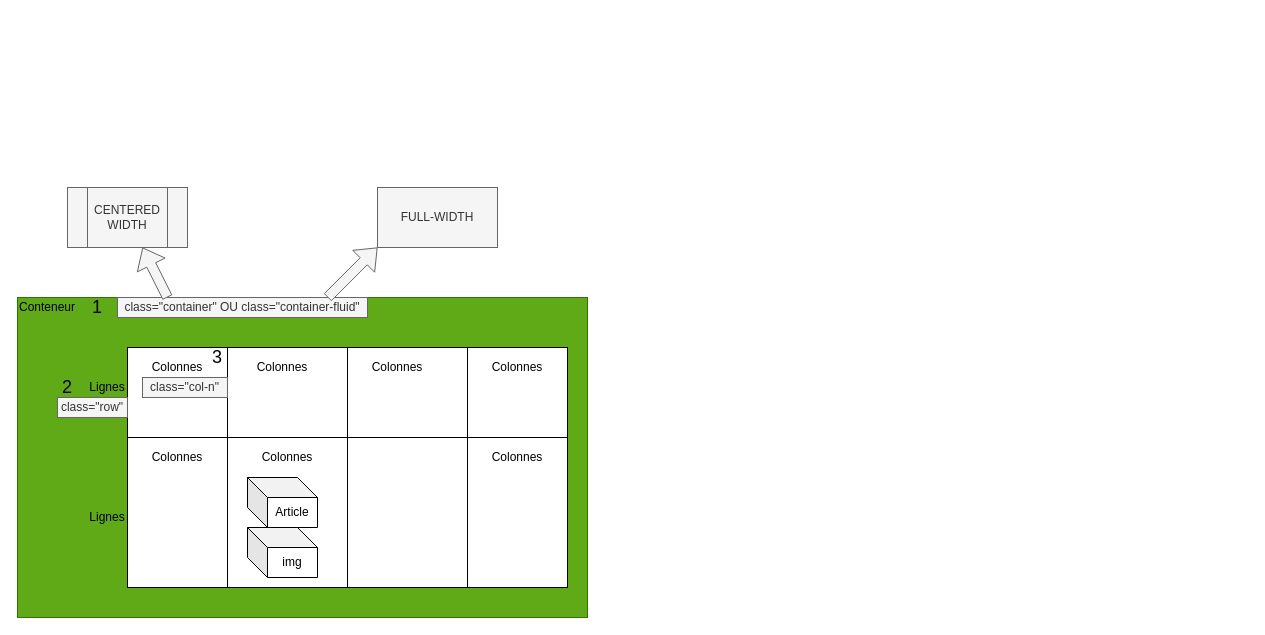
Before: page "Théorie de la grille bootstrap" (1 of 2) of DiagrammeBootstrap.drawio in ThomasBDC/ProjetBootstrapStudi2022, a draw.io diagram. Source tidied: cells renumbered, new cells numbered last; positions are measured from the earlier drawing's top-left corner, leaving out a move shared by most shapes. Both pictures are drawn from the tidied source at 100%, with x=0, y=0 at pixel (17, 187).
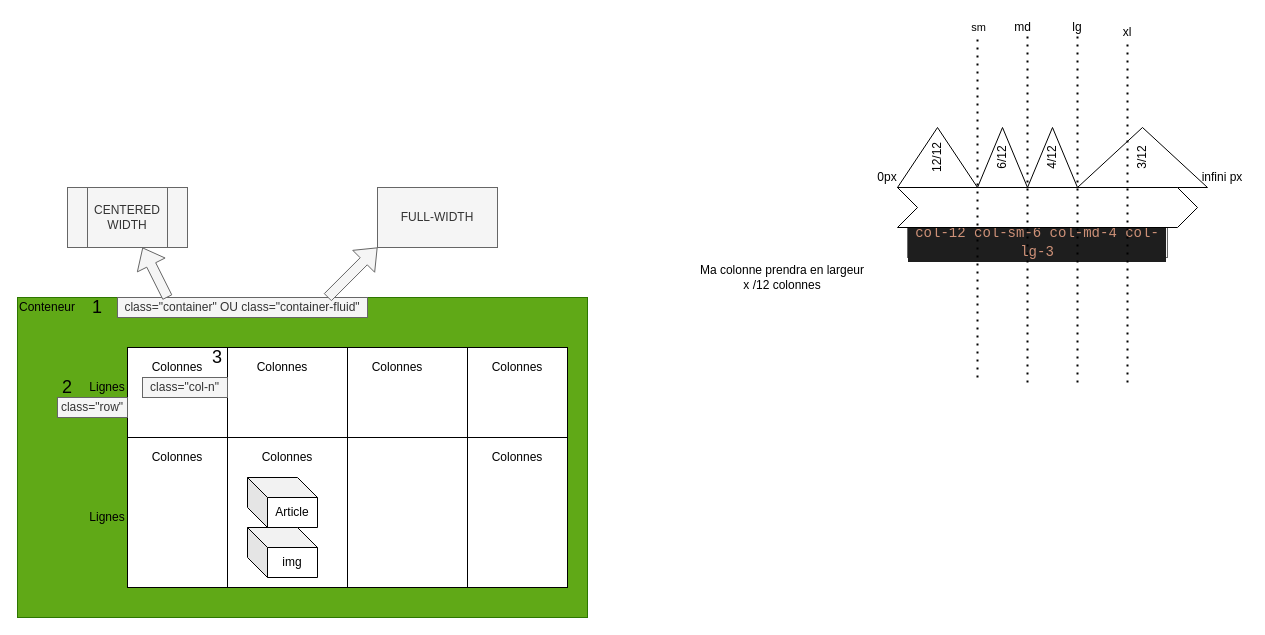
After the change.

The edit, as a diff of the source:
```diff
@@
+    <mxCell id="28" value="&#10;&#10;&lt;div style=&quot;color: rgb(212, 212, 212); background-color: rgb(30, 30, 30); font-family: consolas, &amp;quot;courier new&amp;quot;, monospace; font-weight: normal; font-size: 14px; line-height: 19px;&quot;&gt;&lt;div&gt;&lt;span style=&quot;color: #ce9178&quot;&gt;col-12 col-sm-6 col-md-4 col-lg-3&lt;/span&gt;&lt;/div&gt;&lt;/div&gt;&#10;&#10;" style="rounded=0;whiteSpace=wrap;html=1;fillColor=#f5f5f5;strokeColor=#666666;fontColor=#333333;" parent="1" vertex="1">
+      <mxGeometry x="890" y="40" width="260" height="30" as="geometry" />
+    </mxCell>
+    <mxCell id="29" value="6/12" style="triangle;whiteSpace=wrap;html=1;rotation=-90;" parent="1" vertex="1">
+      <mxGeometry x="955" y="-55" width="60" height="50" as="geometry" />
+    </mxCell>
+    <mxCell id="30" value="4/12" style="triangle;whiteSpace=wrap;html=1;rotation=-90;" parent="1" vertex="1">
+      <mxGeometry x="1005" y="-55" width="60" height="50" as="geometry" />
+    </mxCell>
+    <mxCell id="31" value="3/12" style="triangle;whiteSpace=wrap;html=1;rotation=-90;" parent="1" vertex="1">
+      <mxGeometry x="1095" y="-95" width="60" height="130" as="geometry" />
+    </mxCell>
+    <mxCell id="32" value="12/12" style="triangle;whiteSpace=wrap;html=1;rotation=-90;" parent="1" vertex="1">
+      <mxGeometry x="890" y="-70" width="60" height="80" as="geometry" />
+    </mxCell>
+    <mxCell id="33" value="Ma colonne prendra en largeur x /12 colonnes" style="text;html=1;strokeColor=none;fillColor=none;align=center;verticalAlign=middle;whiteSpace=wrap;rounded=0;" parent="1" vertex="1">
+      <mxGeometry x="680" y="80" width="170" height="20" as="geometry" />
+    </mxCell>
+    <mxCell id="34" style="shape=step;perimeter=stepPerimeter;whiteSpace=wrap;html=1;fixedSize=1;" parent="1" vertex="1">
+      <mxGeometry x="880" width="300" height="40" as="geometry" />
+    </mxCell>
+    <mxCell id="35" value="0px" style="text;html=1;strokeColor=none;fillColor=none;align=center;verticalAlign=middle;whiteSpace=wrap;rounded=0;" parent="1" vertex="1">
+      <mxGeometry x="850" y="-20" width="40" height="20" as="geometry" />
+    </mxCell>
+    <mxCell id="36" value="infini px" style="text;html=1;strokeColor=none;fillColor=none;align=center;verticalAlign=middle;whiteSpace=wrap;rounded=0;" parent="1" vertex="1">
+      <mxGeometry x="1180" y="-20" width="50" height="20" as="geometry" />
+    </mxCell>
+    <mxCell id="37" style="endArrow=none;dashed=1;html=1;dashPattern=1 3;strokeWidth=2;" parent="1" edge="1">
+      <mxGeometry relative="1" as="geometry">
+        <mxPoint x="960" y="190" as="sourcePoint" />
+        <mxPoint x="960" y="-160" as="targetPoint" />
+      </mxGeometry>
+    </mxCell>
+    <mxCell id="38" value="sm" style="edgeLabel;html=1;align=center;verticalAlign=middle;" parent="37" vertex="1">
+      <mxGeometry x="0.92" relative="1" as="geometry">
+        <mxPoint y="-14.2" as="offset" />
+      </mxGeometry>
+    </mxCell>
+    <mxCell id="39" style="endArrow=none;dashed=1;html=1;dashPattern=1 3;strokeWidth=2;" parent="1" edge="1">
+      <mxGeometry relative="1" as="geometry">
+        <mxPoint x="1010" y="195" as="sourcePoint" />
+        <mxPoint x="1010" y="-155" as="targetPoint" />
+      </mxGeometry>
+    </mxCell>
+    <mxCell id="40" style="endArrow=none;dashed=1;html=1;dashPattern=1 3;strokeWidth=2;" parent="1" edge="1">
+      <mxGeometry relative="1" as="geometry">
+        <mxPoint x="1060" y="195" as="sourcePoint" />
+        <mxPoint x="1060" y="-155" as="targetPoint" />
+      </mxGeometry>
+    </mxCell>
+    <mxCell id="41" style="endArrow=none;dashed=1;html=1;dashPattern=1 3;strokeWidth=2;" parent="1" edge="1" target="42">
+      <mxGeometry relative="1" as="geometry">
+        <mxPoint x="1110" y="195" as="sourcePoint" />
+      </mxGeometry>
+    </mxCell>
+    <mxCell id="42" value="xl" style="text;html=1;strokeColor=none;fillColor=none;align=center;verticalAlign=middle;whiteSpace=wrap;rounded=0;" parent="1" vertex="1">
+      <mxGeometry x="1090" y="-165" width="40" height="20" as="geometry" />
+    </mxCell>
+    <mxCell id="43" value="lg" style="text;html=1;strokeColor=none;fillColor=none;align=center;verticalAlign=middle;whiteSpace=wrap;rounded=0;" parent="1" vertex="1">
+      <mxGeometry x="1040" y="-170" width="40" height="20" as="geometry" />
+    </mxCell>
+    <mxCell id="44" value="md" style="text;html=1;align=center;verticalAlign=middle;" parent="1" vertex="1">
+      <mxGeometry x="990" y="-170" width="30" height="20" as="geometry" />
+    </mxCell>
```
